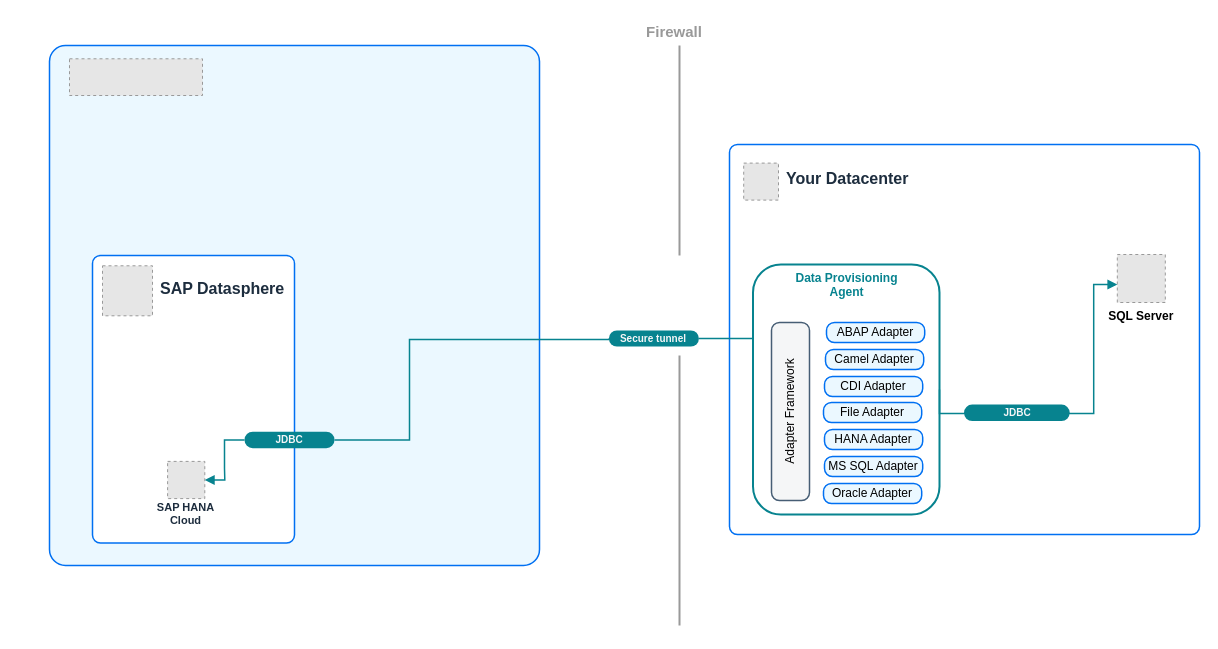
This is page "DP Agent Simple" (3 of 4) of SAP_Datasphere_DP_Agent.drawio from ihenry/draw-io, a draw.io file, before an edit. Source tidied: cells renumbered, new cells numbered last; positions are measured from the earlier drawing's top-left corner, leaving out a move shared by most shapes. Both pictures are drawn from the tidied source at 100%, with x=0, y=0 at pixel (49, 16). Pictures stored in the file or linked from it are replaced by grey dashed boxes.
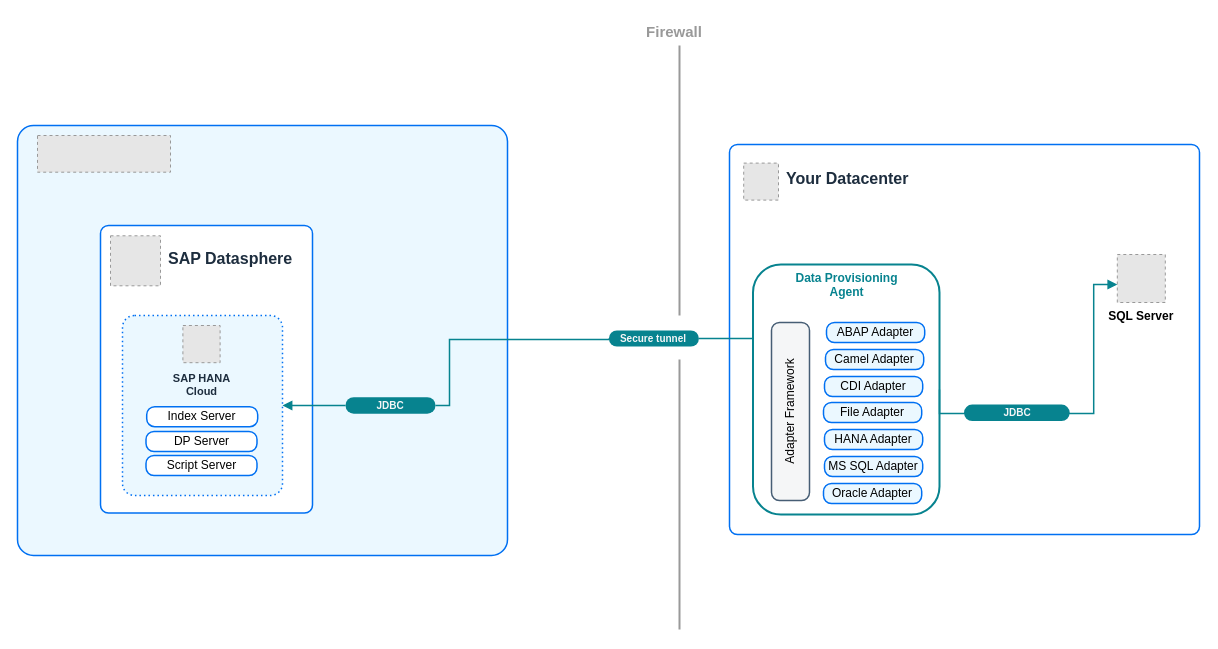
The same page after the edit.

Unchanged cells that the change refers to:
```xml
<mxCell id="26" style="fillColor=#E6E6E6;strokeColor=#999999;dashed=1;verticalLabelPosition=bottom;verticalAlign=top;" parent="25" vertex="1">
  <mxGeometry x="23.1" width="37.2" height="37.2" as="geometry" />
</mxCell>
<mxCell id="33" value="&lt;b style=&quot;color: rgb(245, 246, 247); font-size: x-small;&quot;&gt;Secure tunnel&lt;/b&gt;" style="rounded=1;whiteSpace=wrap;html=1;arcSize=50;strokeColor=none;fillColor=#07838f;strokeWidth=1.5;" parent="1" vertex="1">
  <mxGeometry x="559.4" y="314" width="90" height="16" as="geometry" />
</mxCell>
```

The edit, as a diff of the source:
```diff
@@
     <mxCell id="2" style="rounded=1;whiteSpace=wrap;html=1;strokeColor=#0070F2;fillColor=#EBF8FF;arcSize=32;absoluteArcSize=1;imageWidth=64;imageHeight=64;strokeWidth=1.5;" parent="1" vertex="1">
-      <mxGeometry y="29" width="490" height="520" as="geometry" />
+      <mxGeometry x="-32" y="109" width="490" height="430" as="geometry" />
     </mxCell>
     <mxCell id="3" style="fillColor=#E6E6E6;strokeColor=#999999;dashed=1;verticalLabelPosition=bottom;labelBackgroundColor=default;verticalAlign=top;" parent="1" vertex="1">
-      <mxGeometry x="20" y="42.3" width="133" height="36.7" as="geometry" />
+      <mxGeometry x="-12" y="119" width="133" height="36.7" as="geometry" />
     </mxCell>
@@
     <mxCell id="20" style="endArrow=none;html=1;rounded=0;strokeWidth=2;strokeColor=#999999;" parent="1" edge="1">
       <mxGeometry relative="1" as="geometry">
-        <mxPoint x="630" y="239" as="sourcePoint" />
+        <mxPoint x="630" y="299" as="sourcePoint" />
         <mxPoint x="630" y="29" as="targetPoint" />
       </mxGeometry>
     </mxCell>
     <mxCell id="21" style="endArrow=none;html=1;rounded=0;strokeWidth=2;strokeColor=#999999;" parent="1" edge="1">
       <mxGeometry relative="1" as="geometry">
-        <mxPoint x="630" y="609" as="sourcePoint" />
-        <mxPoint x="630" y="339" as="targetPoint" />
+        <mxPoint x="630" y="613" as="sourcePoint" />
+        <mxPoint x="630" y="343" as="targetPoint" />
       </mxGeometry>
     </mxCell>
@@
     <mxCell id="23" style="group;" parent="1" vertex="1">
-      <mxGeometry x="25" y="239" width="260" height="347" as="geometry" />
+      <mxGeometry x="33" y="209" width="334.5" height="381.2" as="geometry" />
     </mxCell>
     <mxCell id="24" style="rounded=1;whiteSpace=wrap;html=1;strokeColor=#0070F2;strokeWidth=1.5;arcSize=16;fillColor=#FFFFFF;perimeterSpacing=0;absoluteArcSize=1;" parent="23" vertex="1">
-      <mxGeometry x="18" width="202" height="287.5" as="geometry" />
+      <mxGeometry x="18" width="212" height="287.5" as="geometry" />
     </mxCell>
+    <mxCell id="30" style="fillColor=#E6E6E6;strokeColor=#999999;dashed=1;verticalLabelPosition=bottom;verticalAlign=top;" parent="23" vertex="1">
+      <mxGeometry x="28" y="10.3" width="50" height="50" as="geometry" />
+    </mxCell>
+    <mxCell id="31" value="&lt;font face=&quot;arial&quot; style=&quot;font-size: 16px;&quot;&gt;&lt;b style=&quot;font-size: 16px;&quot;&gt;SAP Datasphere&lt;/b&gt;&lt;/font&gt;" style="text;html=1;align=left;verticalAlign=middle;strokeColor=none;fillColor=none;fontSize=12;fontColor=#1d2d3e;fontFamily=Helvetica;" parent="23" vertex="1">
+      <mxGeometry x="84" y="17.6" width="150" height="30" as="geometry" />
+    </mxCell>
+    <mxCell id="36" style="rounded=1;whiteSpace=wrap;html=1;strokeColor=#0070F2;fillColor=#EBF8FF;arcSize=24;absoluteArcSize=1;imageWidth=64;imageHeight=64;strokeWidth=1.5;dashed=1;dashPattern=1 2;" parent="23" vertex="1">
+      <mxGeometry x="40" y="90" width="160" height="180" as="geometry" />
+    </mxCell>
     <mxCell id="25" style="group;" parent="23" vertex="1">
-      <mxGeometry x="70" y="205.9" width="83.4" height="101.2" as="geometry" />
+      <mxGeometry x="77.3" y="100" width="83.4" height="101.2" as="geometry" />
     </mxCell>
@@
+    <mxCell id="37" value="DP Server" style="rounded=1;whiteSpace=wrap;html=1;strokeColor=#0070F2;strokeWidth=1.5;arcSize=16;fillColor=#ffffff;perimeterSpacing=0;absoluteArcSize=1;" parent="23" vertex="1">
+      <mxGeometry x="63.5" y="206" width="111" height="20" as="geometry" />
+    </mxCell>
+    <mxCell id="38" value="Index Server" style="rounded=1;whiteSpace=wrap;html=1;strokeColor=#0070F2;strokeWidth=1.5;arcSize=16;fillColor=#ffffff;perimeterSpacing=0;absoluteArcSize=1;" parent="23" vertex="1">
+      <mxGeometry x="64.2" y="181.2" width="111" height="20" as="geometry" />
+    </mxCell>
+    <mxCell id="39" value="Script Server" style="rounded=1;whiteSpace=wrap;html=1;strokeColor=#0070F2;strokeWidth=1.5;arcSize=16;fillColor=#ffffff;perimeterSpacing=0;absoluteArcSize=1;" parent="23" vertex="1">
+      <mxGeometry x="63.5" y="230" width="111" height="20" as="geometry" />
+    </mxCell>
     <mxCell id="27" value="&lt;font style=&quot;font-size: 11px;&quot; face=&quot;arial&quot; color=&quot;#1d2d3e&quot;&gt;&lt;b style=&quot;font-size: 11px;&quot;&gt;SAP HANA Cloud&lt;br style=&quot;font-size: 11px;&quot;&gt;&lt;/b&gt;&lt;/font&gt;" style="text;html=1;align=center;verticalAlign=top;strokeColor=none;fillColor=none;fontSize=11;fontColor=default;fontFamily=Helvetica;fixedWidth=1;imageWidth=24;whiteSpace=wrap;labelBackgroundColor=none;" parent="23" vertex="1">
-      <mxGeometry x="70.2" y="238.5" width="83.4" height="49" as="geometry" />
+      <mxGeometry x="78" y="140" width="83.4" height="49" as="geometry" />
     </mxCell>
-    <mxCell id="28" value="&lt;b style=&quot;color: rgb(245, 246, 247); font-size: x-small;&quot;&gt;JDBC&lt;/b&gt;" style="rounded=1;whiteSpace=wrap;html=1;arcSize=50;strokeColor=none;fillColor=#07838f;strokeWidth=1.5;" parent="23" vertex="1">
-      <mxGeometry x="170" y="176.2" width="90" height="16.5" as="geometry" />
-    </mxCell>
-    <mxCell id="29" style="edgeStyle=orthogonalEdgeStyle;rounded=0;jettySize=auto;html=1;exitX=0;exitY=0.5;exitDx=0;exitDy=0;endArrow=block;endFill=1;strokeColor=#07838f;strokeWidth=1.5;startArrow=none;startFill=0;entryX=1;entryY=0.5;entryDx=0;entryDy=0;entryPerimeter=0;" parent="23" edge="1" source="28" target="26">
-      <mxGeometry relative="1" as="geometry" />
-    </mxCell>
-    <mxCell id="30" style="fillColor=#E6E6E6;strokeColor=#999999;dashed=1;verticalLabelPosition=bottom;verticalAlign=top;" parent="23" vertex="1">
-      <mxGeometry x="28" y="10.3" width="50" height="50" as="geometry" />
-    </mxCell>
-    <mxCell id="31" value="&lt;font face=&quot;arial&quot; style=&quot;font-size: 16px;&quot;&gt;&lt;b style=&quot;font-size: 16px;&quot;&gt;SAP Datasphere&lt;/b&gt;&lt;/font&gt;" style="text;html=1;align=left;verticalAlign=middle;strokeColor=none;fillColor=none;fontSize=12;fontColor=#1d2d3e;fontFamily=Helvetica;" parent="23" vertex="1">
-      <mxGeometry x="84" y="17.6" width="150" height="30" as="geometry" />
-    </mxCell>
@@
     <mxCell id="34" style="edgeStyle=orthogonalEdgeStyle;rounded=0;jettySize=auto;html=1;exitX=0;exitY=0.5;exitDx=0;exitDy=0;endArrow=none;endFill=0;strokeColor=#07838f;strokeWidth=1.5;startArrow=none;startFill=0;entryX=1;entryY=0.5;entryDx=0;entryDy=0;" parent="1" edge="1" source="33" target="28">
       <mxGeometry relative="1" as="geometry">
         <Array as="points">
           <mxPoint x="559" y="323" />
-          <mxPoint x="360" y="323" />
-          <mxPoint x="360" y="424" />
+          <mxPoint x="400" y="323" />
+          <mxPoint x="400" y="389" />
         </Array>
       </mxGeometry>
     </mxCell>
@@
+    <mxCell id="40" style="edgeStyle=orthogonalEdgeStyle;rounded=0;jettySize=auto;html=1;endArrow=block;endFill=1;strokeWidth=1.5;strokeColor=#07838F;" parent="1" edge="1" source="28" target="36">
+      <mxGeometry relative="1" as="geometry" />
+    </mxCell>
+    <mxCell id="28" value="&lt;b style=&quot;color: rgb(245, 246, 247); font-size: x-small;&quot;&gt;JDBC&lt;/b&gt;" style="rounded=1;whiteSpace=wrap;html=1;arcSize=50;strokeColor=none;fillColor=#07838f;strokeWidth=1.5;" parent="1" vertex="1">
+      <mxGeometry x="296" y="380.7" width="90" height="16.5" as="geometry" />
+    </mxCell>
```
